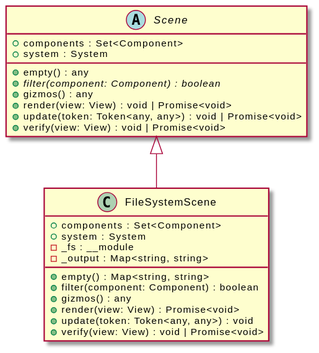
This is assets/Scene-umlClassDiagram-226.svg from zorse-lang/adk, a PlantUML export, as it was before one commit.
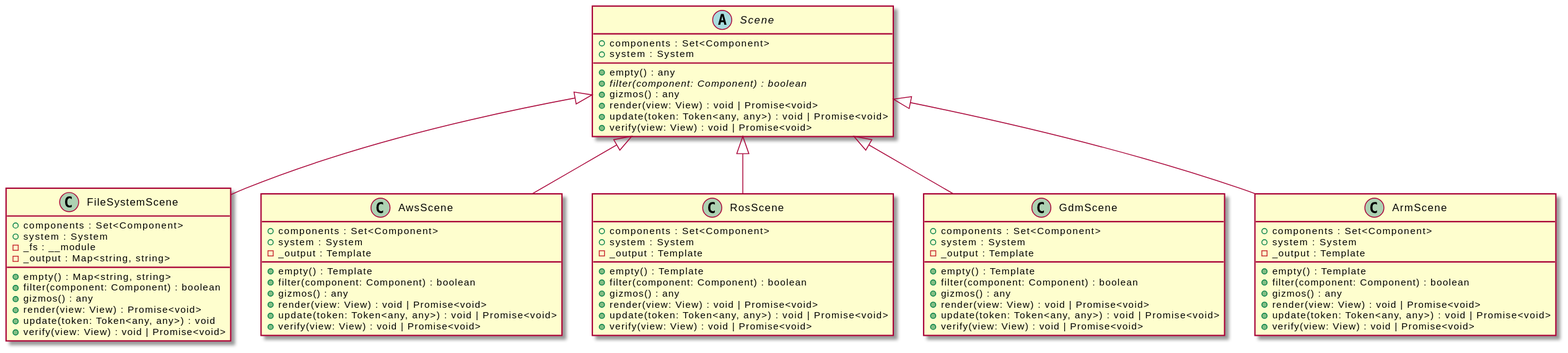
Above is the later version.

Diff of the diagram source:
```diff
@@ -25,4 +25,52 @@
     +verify(view: View) : void | Promise<void>
 }
 "Scene" <|-- "FileSystemScene"
+class "AwsScene" {
+    +components : Set<Component>
+    +system : System
+    -_output : Template
+    +empty() : Template
+    +filter(component: Component) : boolean
+    +gizmos() : any
+    +render(view: View) : void | Promise<void>
+    +update(token: Token<any, any>) : void | Promise<void>
+    +verify(view: View) : void | Promise<void>
+}
+"Scene" <|-- "AwsScene"
+class "RosScene" {
+    +components : Set<Component>
+    +system : System
+    -_output : Template
+    +empty() : Template
+    +filter(component: Component) : boolean
+    +gizmos() : any
+    +render(view: View) : void | Promise<void>
+    +update(token: Token<any, any>) : void | Promise<void>
+    +verify(view: View) : void | Promise<void>
+}
+"Scene" <|-- "RosScene"
+class "GdmScene" {
+    +components : Set<Component>
+    +system : System
+    -_output : Template
+    +empty() : Template
+    +filter(component: Component) : boolean
+    +gizmos() : any
+    +render(view: View) : void | Promise<void>
+    +update(token: Token<any, any>) : void | Promise<void>
+    +verify(view: View) : void | Promise<void>
+}
+"Scene" <|-- "GdmScene"
+class "ArmScene" {
+    +components : Set<Component>
+    +system : System
+    -_output : Template
+    +empty() : Template
+    +filter(component: Component) : boolean
+    +gizmos() : any
+    +render(view: View) : void | Promise<void>
+    +update(token: Token<any, any>) : void | Promise<void>
+    +verify(view: View) : void | Promise<void>
+}
+"Scene" <|-- "ArmScene"
 @enduml
```
